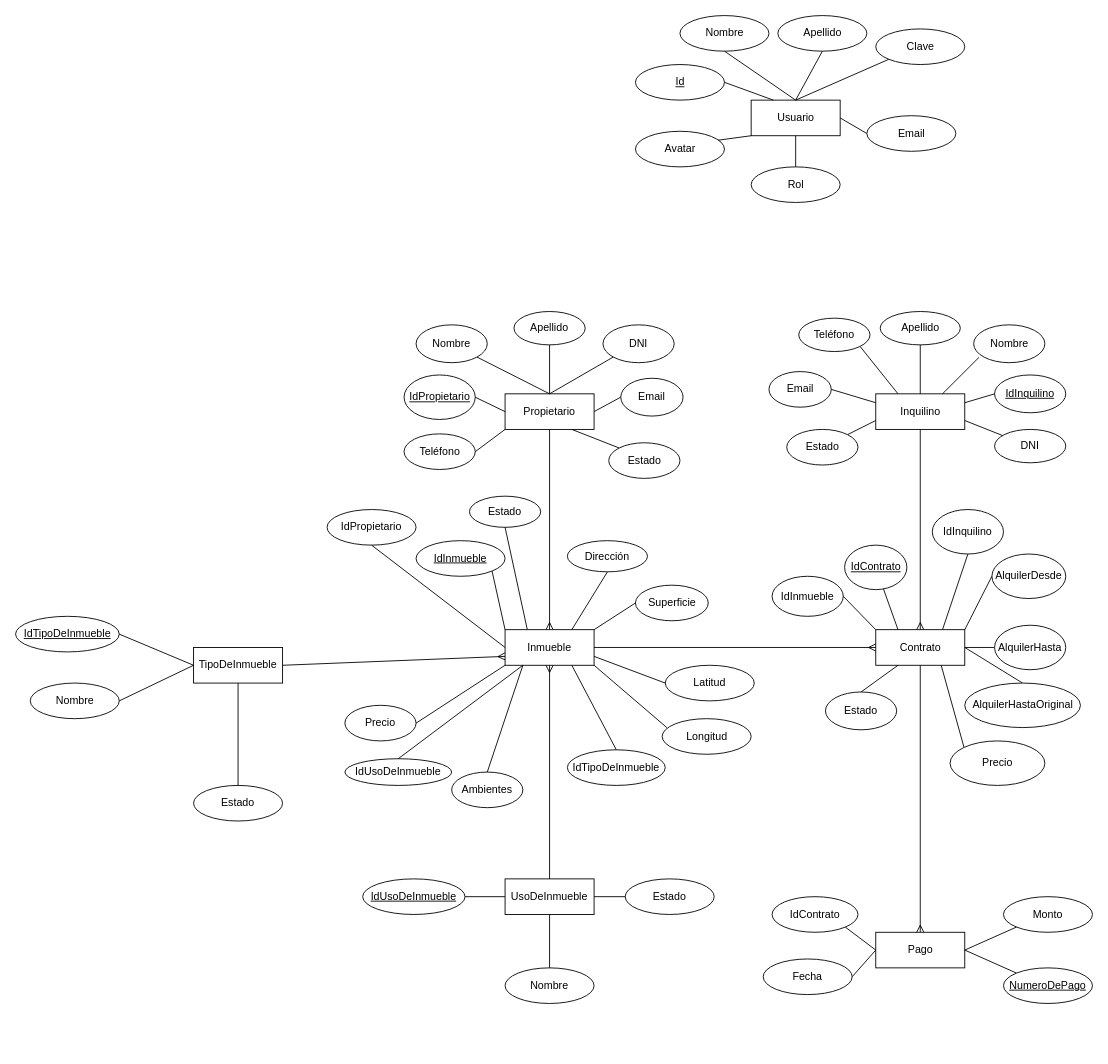
Earlier version of the draw.io diagram DER InmobiliariaBaigorriaDiaz.drawio (EzequielDiaz777/inmobiliariaBaigorriaDiaz). Source tidied: cells renumbered, new cells numbered last; positions are measured from the earlier drawing's top-left corner, leaving out a move shared by most shapes. Both pictures are drawn from the tidied source at 89%, with x=0, y=0 at pixel (15, 15).
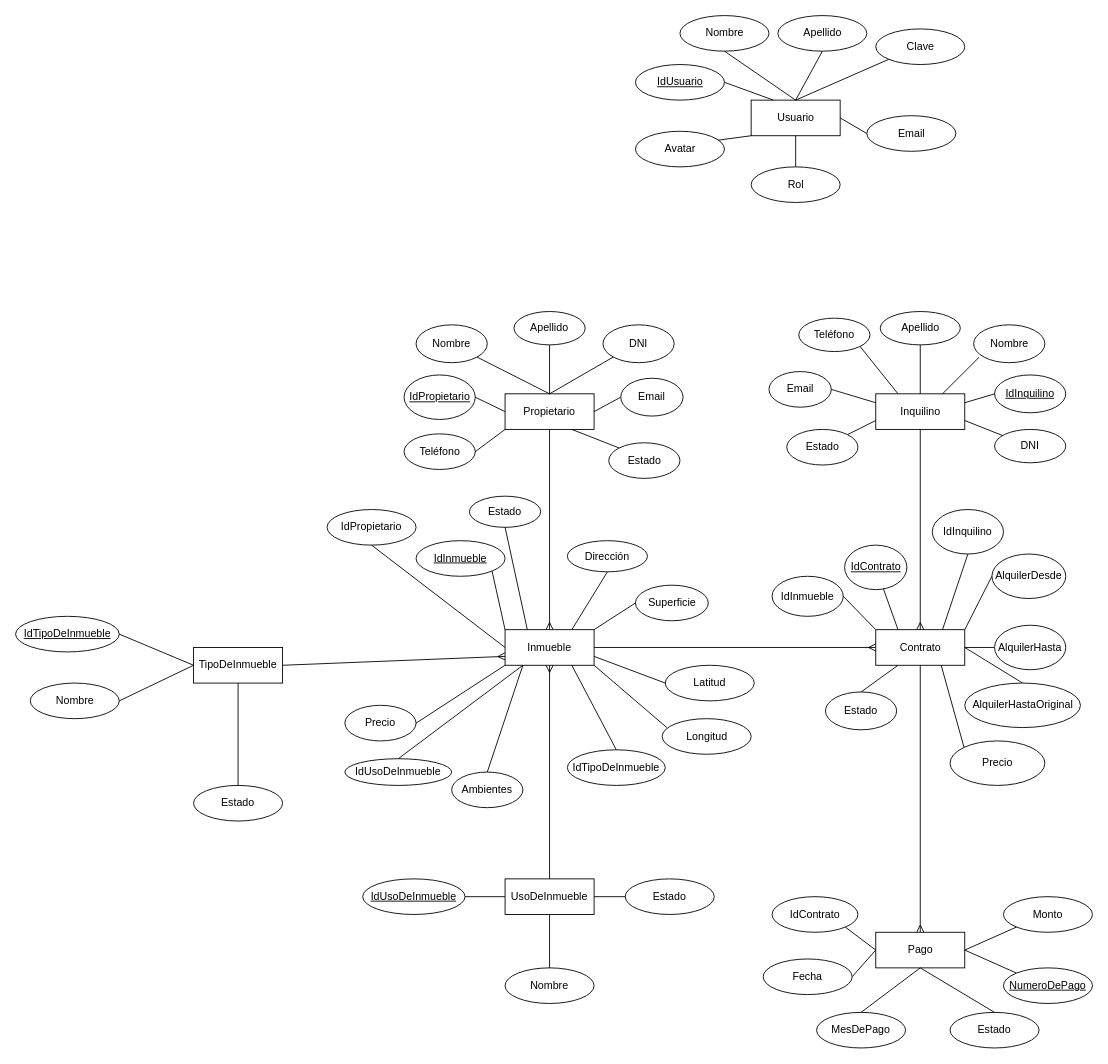
The same diagram, later.

Unchanged cells that the change refers to:
```xml
<mxCell id="63" value="Pago" style="whiteSpace=wrap;html=1;align=center;" parent="1" vertex="1">
  <mxGeometry x="966.5" y="1030" width="100" height="40" as="geometry" />
</mxCell>
```

What changed in the source:
```diff
@@
-    <mxCell id="77" value="Id" style="ellipse;whiteSpace=wrap;html=1;align=center;fontStyle=4;" parent="1" vertex="1">
+    <mxCell id="77" value="IdUsuario" style="ellipse;whiteSpace=wrap;html=1;align=center;fontStyle=4;" parent="1" vertex="1">
       <mxGeometry x="696.5" y="55" width="100" height="40" as="geometry" />
     </mxCell>
@@
+    <mxCell id="116" value="MesDePago" style="ellipse;whiteSpace=wrap;html=1;align=center;fontStyle=0;" parent="1" vertex="1">
+      <mxGeometry x="900" y="1120" width="100" height="40" as="geometry" />
+    </mxCell>
+    <mxCell id="117" style="endArrow=none;html=1;rounded=0;entryX=0.5;entryY=0;entryDx=0;entryDy=0;exitX=0.5;exitY=1;exitDx=0;exitDy=0;" parent="1" edge="1" source="63" target="116">
+      <mxGeometry relative="1" as="geometry" />
+    </mxCell>
+    <mxCell id="118" value="Estado" style="ellipse;whiteSpace=wrap;html=1;align=center;fontStyle=0;" parent="1" vertex="1">
+      <mxGeometry x="1050" y="1120" width="100" height="40" as="geometry" />
+    </mxCell>
+    <mxCell id="119" style="endArrow=none;html=1;rounded=0;exitX=0.5;exitY=1;exitDx=0;exitDy=0;entryX=0.5;entryY=0;entryDx=0;entryDy=0;" parent="1" edge="1" source="63" target="118">
+      <mxGeometry relative="1" as="geometry" />
+    </mxCell>
```
